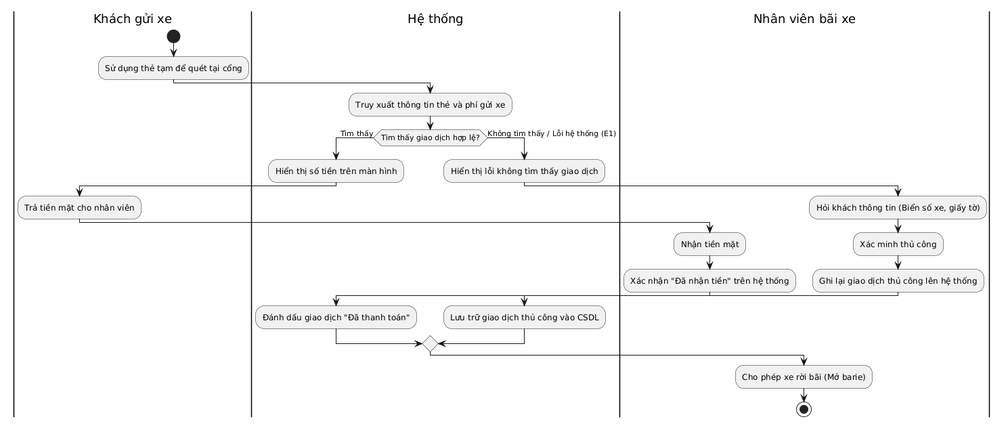
Above: LaTex/pictures/thanhtoanthucong.png in KTX-0711/Software-Engineering-Assignment-HK252 (PlantUML), before the change. Its diagram source:
```plantuml
@startuml
|Khách gửi xe|
start
:Sử dụng thẻ tạm để quét tại cổng;

|Hệ thống|
:Truy xuất thông tin thẻ và phí gửi xe;
if (Tìm thấy giao dịch hợp lệ?) then (Tìm thấy)
  :Hiển thị số tiền trên màn hình;

  |Khách gửi xe|
  :Trả tiền mặt cho nhân viên;

  |Nhân viên bãi xe|
  :Nhận tiền mặt;
  :Xác nhận "Đã nhận tiền" trên hệ thống;

  |Hệ thống|
  :Đánh dấu giao dịch "Đã thanh toán";

else (Không tìm thấy / Lỗi hệ thống (E1))
  |Hệ thống|
  :Hiển thị lỗi không tìm thấy giao dịch;

  |Nhân viên bãi xe|
  :Hỏi khách thông tin (Biển số xe, giấy tờ);
  :Xác minh thủ công;
  :Ghi lại giao dịch thủ công lên hệ thống;

  |Hệ thống|
  :Lưu trữ giao dịch thủ công vào CSDL;
endif

|Nhân viên bãi xe|
:Cho phép xe rời bãi (Mở barie);
stop
@enduml
```
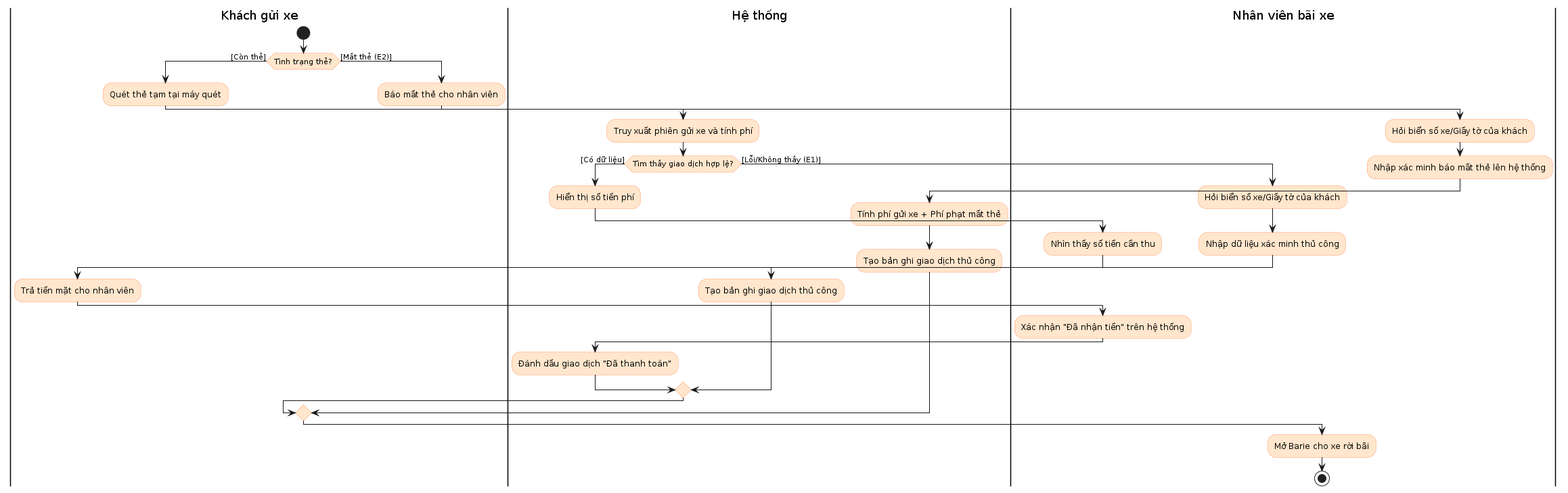
The same diagram one commit later.

Diff of the diagram source:
```diff
@@ -1,37 +1,55 @@
 @startuml
+skinparam ActivityBackgroundColor #FFE6CC
+skinparam ActivityBorderColor #FF9A6E
+
 |Khách gửi xe|
 start
-:Sử dụng thẻ tạm để quét tại cổng;
+if (Tình trạng thẻ?) then ([Còn thẻ])
+  :Quét thẻ tạm tại máy quét;
 
-|Hệ thống|
-:Truy xuất thông tin thẻ và phí gửi xe;
-if (Tìm thấy giao dịch hợp lệ?) then (Tìm thấy)
-  :Hiển thị số tiền trên màn hình;
+  |Hệ thống|
+  :Truy xuất phiên gửi xe và tính phí;
 
+  if (Tìm thấy giao dịch hợp lệ?) then ([Có dữ liệu])
+    :Hiển thị số tiền phí;
+
+    |Nhân viên bãi xe|
+
+    :Nhìn thấy số tiền cần thu;
+
+    |Khách gửi xe|
+    :Trả tiền mặt cho nhân viên;
+
+    |Nhân viên bãi xe|
+    :Xác nhận "Đã nhận tiền" trên hệ thống;
+
+    |Hệ thống|
+    :Đánh dấu giao dịch "Đã thanh toán";
+
+  else ([Lỗi/Không thấy (E1)])
+    |Nhân viên bãi xe|
+
+    :Hỏi biển số xe/Giấy tờ của khách;
+    :Nhập dữ liệu xác minh thủ công;
+
+    |Hệ thống|
+    :Tạo bản ghi giao dịch thủ công;
+  endif
+
+else ([Mất thẻ (E2)])
   |Khách gửi xe|
-  :Trả tiền mặt cho nhân viên;
+  :Báo mất thẻ cho nhân viên;
 
   |Nhân viên bãi xe|
-  :Nhận tiền mặt;
-  :Xác nhận "Đã nhận tiền" trên hệ thống;
+  :Hỏi biển số xe/Giấy tờ của khách;
+  :Nhập xác minh báo mất thẻ lên hệ thống;
 
   |Hệ thống|
-  :Đánh dấu giao dịch "Đã thanh toán";
-
-else (Không tìm thấy / Lỗi hệ thống (E1))
-  |Hệ thống|
-  :Hiển thị lỗi không tìm thấy giao dịch;
-
-  |Nhân viên bãi xe|
-  :Hỏi khách thông tin (Biển số xe, giấy tờ);
-  :Xác minh thủ công;
-  :Ghi lại giao dịch thủ công lên hệ thống;
-
-  |Hệ thống|
-  :Lưu trữ giao dịch thủ công vào CSDL;
+  :Tính phí gửi xe + Phí phạt mất thẻ;
+  :Tạo bản ghi giao dịch thủ công;
 endif
 
 |Nhân viên bãi xe|
-:Cho phép xe rời bãi (Mở barie);
+:Mở Barie cho xe rời bãi;
 stop
 @enduml
```
